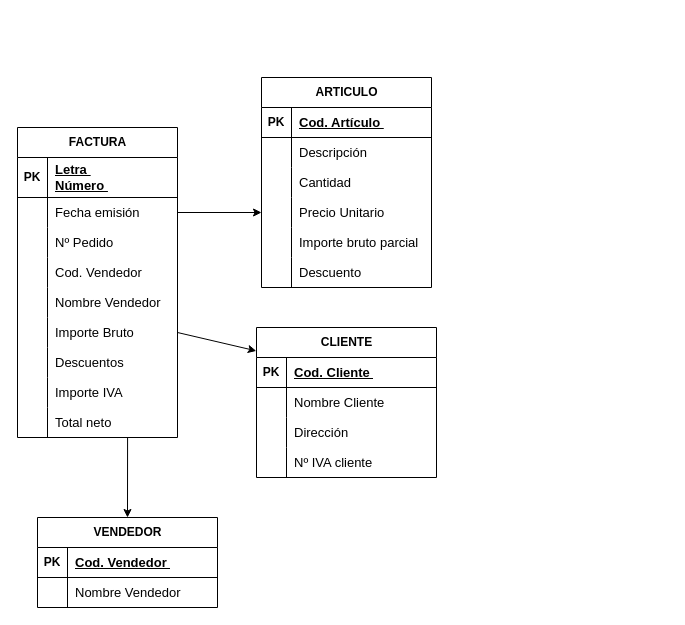
Earlier version of the draw.io diagram FACTURAS_2FN.drawio (YasminLedesma/Diagramas). Source tidied: cells renumbered, new cells numbered last; positions are measured from the earlier drawing's top-left corner, leaving out a move shared by most shapes. Both pictures are drawn from the tidied source at 100%, with x=0, y=0 at pixel (17, 77).
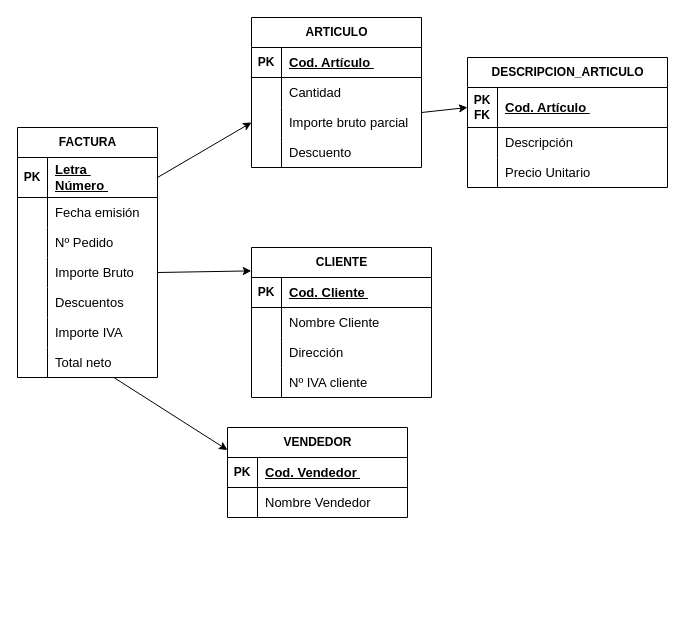
The same diagram, later.

Change to the diagram source:
```diff
@@
     <mxCell id="2" value="FACTURA" style="shape=table;startSize=30;childLayout=tableLayout;rowLines=0;fontStyle=1;align=center;html=1;" parent="1" vertex="1">
-      <mxGeometry y="50" width="160" height="310" as="geometry" />
+      <mxGeometry y="50" width="140" height="250" as="geometry" />
     </mxCell>
     <mxCell id="3" style="shape=tableRow;horizontal=0;startSize=0;swimlaneHead=0;swimlaneBody=0;fillColor=none;points=[[0,0.5],[1,0.5]];portConstraint=eastwest;top=0;left=0;right=0;bottom=1;" parent="2" vertex="1">
-      <mxGeometry y="30" width="160" height="40" as="geometry" />
+      <mxGeometry y="30" width="140" height="40" as="geometry" />
     </mxCell>
@@
     <mxCell id="5" value="&lt;div&gt;&lt;div style=&quot;font-size: 13px;&quot;&gt;&lt;u style=&quot;&quot;&gt;Letra&amp;nbsp;&lt;/u&gt;&lt;/div&gt;&lt;div style=&quot;font-size: 13px;&quot;&gt;&lt;u style=&quot;&quot;&gt;Número&amp;nbsp;&lt;/u&gt;&lt;/div&gt;&lt;/div&gt;" style="shape=partialRectangle;fillColor=none;top=0;left=0;bottom=0;right=0;align=left;spacingLeft=6;fontStyle=5;overflow=hidden;whiteSpace=wrap;html=1;" parent="3" vertex="1">
-      <mxGeometry x="30" width="130" height="40" as="geometry" />
+      <mxGeometry x="30" width="110" height="40" as="geometry" />
     </mxCell>
     <mxCell id="6" style="shape=tableRow;horizontal=0;startSize=0;swimlaneHead=0;swimlaneBody=0;fillColor=none;points=[[0,0.5],[1,0.5]];portConstraint=eastwest;top=0;left=0;right=0;bottom=0;" parent="2" vertex="1">
-      <mxGeometry y="70" width="160" height="30" as="geometry" />
+      <mxGeometry y="70" width="140" height="30" as="geometry" />
     </mxCell>
@@
     <mxCell id="8" value="&lt;font style=&quot;font-size: 13px;&quot;&gt;Fecha emisión&amp;nbsp;&lt;/font&gt;" style="shape=partialRectangle;fillColor=none;top=0;left=0;bottom=0;right=0;align=left;spacingLeft=6;overflow=hidden;whiteSpace=wrap;html=1;" parent="6" vertex="1">
-      <mxGeometry x="30" width="130" height="30" as="geometry" />
+      <mxGeometry x="30" width="110" height="30" as="geometry" />
     </mxCell>
     <mxCell id="9" style="shape=tableRow;horizontal=0;startSize=0;swimlaneHead=0;swimlaneBody=0;fillColor=none;top=0;left=0;right=0;bottom=0;" parent="2" vertex="1">
-      <mxGeometry y="100" width="160" height="30" as="geometry" />
+      <mxGeometry y="100" width="140" height="30" as="geometry" />
     </mxCell>
@@
     <mxCell id="11" value="&lt;span style=&quot;white-space-collapse: preserve;&quot; class=&quot;selectable-text copyable-text&quot;&gt;&lt;font style=&quot;font-size: 13px;&quot;&gt;Nº Pedido &lt;/font&gt;&lt;/span&gt;" style="shape=partialRectangle;fillColor=none;top=0;left=0;bottom=0;right=0;align=left;spacingLeft=6;overflow=hidden;whiteSpace=wrap;html=1;" parent="9" vertex="1">
-      <mxGeometry x="30" width="130" height="30" as="geometry" />
+      <mxGeometry x="30" width="110" height="30" as="geometry" />
     </mxCell>
-    <mxCell id="12" style="shape=tableRow;horizontal=0;startSize=0;swimlaneHead=0;swimlaneBody=0;fillColor=none;top=0;left=0;right=0;bottom=0;" parent="2" vertex="1">
-      <mxGeometry y="130" width="160" height="30" as="geometry" />
-    </mxCell>
-    <mxCell id="13" style="shape=partialRectangle;fillColor=none;top=0;left=0;bottom=0;right=0;overflow=hidden;whiteSpace=wrap;html=1;" parent="12" vertex="1">
-      <mxGeometry width="30" height="30" as="geometry" />
-    </mxCell>
-    <mxCell id="14" value="&lt;font style=&quot;font-size: 13px;&quot;&gt;Cod. Vendedor&amp;nbsp;&lt;/font&gt;" style="shape=partialRectangle;fillColor=none;top=0;left=0;bottom=0;right=0;align=left;spacingLeft=6;overflow=hidden;whiteSpace=wrap;html=1;" parent="12" vertex="1">
-      <mxGeometry x="30" width="130" height="30" as="geometry" />
-    </mxCell>
-    <mxCell id="15" style="shape=tableRow;horizontal=0;startSize=0;swimlaneHead=0;swimlaneBody=0;fillColor=none;top=0;left=0;right=0;bottom=0;" parent="2" vertex="1">
-      <mxGeometry y="160" width="160" height="30" as="geometry" />
-    </mxCell>
-    <mxCell id="16" style="shape=partialRectangle;fillColor=none;top=0;left=0;bottom=0;right=0;overflow=hidden;whiteSpace=wrap;html=1;" parent="15" vertex="1">
-      <mxGeometry width="30" height="30" as="geometry" />
-    </mxCell>
-    <mxCell id="17" value="&lt;font style=&quot;font-size: 13px;&quot;&gt;Nombre&amp;nbsp;&lt;/font&gt;&lt;span style=&quot;font-size: 13px;&quot;&gt;Vendedor&lt;/span&gt;" style="shape=partialRectangle;fillColor=none;top=0;left=0;bottom=0;right=0;align=left;spacingLeft=6;overflow=hidden;whiteSpace=wrap;html=1;" parent="15" vertex="1">
-      <mxGeometry x="30" width="130" height="30" as="geometry" />
-    </mxCell>
     <mxCell id="18" style="shape=tableRow;horizontal=0;startSize=0;swimlaneHead=0;swimlaneBody=0;fillColor=none;points=[[0,0.5],[1,0.5]];portConstraint=eastwest;top=0;left=0;right=0;bottom=0;" parent="2" vertex="1">
-      <mxGeometry y="190" width="160" height="30" as="geometry" />
+      <mxGeometry y="130" width="140" height="30" as="geometry" />
     </mxCell>
@@
     <mxCell id="20" value="&lt;font style=&quot;font-size: 13px;&quot;&gt;Importe Bruto&amp;nbsp;&lt;/font&gt;" style="shape=partialRectangle;fillColor=none;top=0;left=0;bottom=0;right=0;align=left;spacingLeft=6;overflow=hidden;whiteSpace=wrap;html=1;" parent="18" vertex="1">
-      <mxGeometry x="30" width="130" height="30" as="geometry" />
+      <mxGeometry x="30" width="110" height="30" as="geometry" />
     </mxCell>
     <mxCell id="21" style="shape=tableRow;horizontal=0;startSize=0;swimlaneHead=0;swimlaneBody=0;fillColor=none;top=0;left=0;right=0;bottom=0;" parent="2" vertex="1">
-      <mxGeometry y="220" width="160" height="30" as="geometry" />
+      <mxGeometry y="160" width="140" height="30" as="geometry" />
     </mxCell>
@@
     <mxCell id="23" value="&lt;font style=&quot;font-size: 13px;&quot;&gt;Descuentos&amp;nbsp;&lt;/font&gt;" style="shape=partialRectangle;fillColor=none;top=0;left=0;bottom=0;right=0;align=left;spacingLeft=6;overflow=hidden;whiteSpace=wrap;html=1;" parent="21" vertex="1">
-      <mxGeometry x="30" width="130" height="30" as="geometry" />
+      <mxGeometry x="30" width="110" height="30" as="geometry" />
     </mxCell>
     <mxCell id="24" style="shape=tableRow;horizontal=0;startSize=0;swimlaneHead=0;swimlaneBody=0;fillColor=none;top=0;left=0;right=0;bottom=0;" parent="2" vertex="1">
-      <mxGeometry y="250" width="160" height="30" as="geometry" />
+      <mxGeometry y="190" width="140" height="30" as="geometry" />
     </mxCell>
@@
     <mxCell id="26" value="&lt;font style=&quot;font-size: 13px;&quot;&gt;Importe IVA&amp;nbsp;&lt;/font&gt;" style="shape=partialRectangle;fillColor=none;top=0;left=0;bottom=0;right=0;align=left;spacingLeft=6;overflow=hidden;whiteSpace=wrap;html=1;" parent="24" vertex="1">
-      <mxGeometry x="30" width="130" height="30" as="geometry" />
+      <mxGeometry x="30" width="110" height="30" as="geometry" />
     </mxCell>
     <mxCell id="27" style="shape=tableRow;horizontal=0;startSize=0;swimlaneHead=0;swimlaneBody=0;fillColor=none;points=[[0,0.5],[1,0.5]];portConstraint=eastwest;top=0;left=0;right=0;bottom=0;" parent="2" vertex="1">
-      <mxGeometry y="280" width="160" height="30" as="geometry" />
+      <mxGeometry y="220" width="140" height="30" as="geometry" />
     </mxCell>
@@
     <mxCell id="29" value="&lt;font style=&quot;font-size: 13px;&quot;&gt;Total neto&amp;nbsp;&lt;/font&gt;" style="shape=partialRectangle;fillColor=none;top=0;left=0;bottom=0;right=0;align=left;spacingLeft=6;overflow=hidden;whiteSpace=wrap;html=1;" parent="27" vertex="1">
-      <mxGeometry x="30" width="130" height="30" as="geometry" />
+      <mxGeometry x="30" width="110" height="30" as="geometry" />
     </mxCell>
     <mxCell id="30" value="ARTICULO" style="shape=table;startSize=30;childLayout=tableLayout;rowLines=0;fontStyle=1;align=center;html=1;" parent="1" vertex="1">
-      <mxGeometry x="244" width="170" height="210" as="geometry" />
+      <mxGeometry x="234" y="-60" width="170" height="150" as="geometry" />
     </mxCell>
@@
-    <mxCell id="34" style="shape=tableRow;horizontal=0;startSize=0;swimlaneHead=0;swimlaneBody=0;fillColor=none;top=0;left=0;right=0;bottom=0;" parent="30" vertex="1">
-      <mxGeometry y="60" width="170" height="30" as="geometry" />
-    </mxCell>
-    <mxCell id="35" style="shape=partialRectangle;fillColor=none;top=0;left=0;bottom=0;right=0;overflow=hidden;whiteSpace=wrap;html=1;" parent="34" vertex="1">
-      <mxGeometry width="30" height="30" as="geometry" />
-    </mxCell>
-    <mxCell id="36" value="&lt;font style=&quot;font-size: 13px;&quot;&gt;Descripción&amp;nbsp;&lt;/font&gt;" style="shape=partialRectangle;fillColor=none;top=0;left=0;bottom=0;right=0;align=left;spacingLeft=6;overflow=hidden;whiteSpace=wrap;html=1;" parent="34" vertex="1">
-      <mxGeometry x="30" width="140" height="30" as="geometry" />
-    </mxCell>
     <mxCell id="37" style="shape=tableRow;horizontal=0;startSize=0;swimlaneHead=0;swimlaneBody=0;fillColor=none;top=0;left=0;right=0;bottom=0;" parent="30" vertex="1">
-      <mxGeometry y="90" width="170" height="30" as="geometry" />
+      <mxGeometry y="60" width="170" height="30" as="geometry" />
     </mxCell>
@@
-    <mxCell id="40" style="shape=tableRow;horizontal=0;startSize=0;swimlaneHead=0;swimlaneBody=0;fillColor=none;points=[[0,0.5],[1,0.5]];portConstraint=eastwest;top=0;left=0;right=0;bottom=0;" parent="30" vertex="1">
-      <mxGeometry y="120" width="170" height="30" as="geometry" />
-    </mxCell>
-    <mxCell id="41" style="shape=partialRectangle;fillColor=none;top=0;left=0;bottom=0;right=0;overflow=hidden;whiteSpace=wrap;html=1;" parent="40" vertex="1">
-      <mxGeometry width="30" height="30" as="geometry" />
-    </mxCell>
-    <mxCell id="42" value="&lt;font style=&quot;font-size: 13px;&quot;&gt;Precio&amp;nbsp;&lt;/font&gt;&lt;span style=&quot;font-size: 13px;&quot;&gt;Unitario&amp;nbsp;&lt;/span&gt;" style="shape=partialRectangle;fillColor=none;top=0;left=0;bottom=0;right=0;align=left;spacingLeft=6;overflow=hidden;whiteSpace=wrap;html=1;" parent="40" vertex="1">
-      <mxGeometry x="30" width="140" height="30" as="geometry" />
-    </mxCell>
     <mxCell id="43" style="shape=tableRow;horizontal=0;startSize=0;swimlaneHead=0;swimlaneBody=0;fillColor=none;top=0;left=0;right=0;bottom=0;" parent="30" vertex="1">
-      <mxGeometry y="150" width="170" height="30" as="geometry" />
+      <mxGeometry y="90" width="170" height="30" as="geometry" />
     </mxCell>
@@
     <mxCell id="46" style="shape=tableRow;horizontal=0;startSize=0;swimlaneHead=0;swimlaneBody=0;fillColor=none;top=0;left=0;right=0;bottom=0;" parent="30" vertex="1">
-      <mxGeometry y="180" width="170" height="30" as="geometry" />
+      <mxGeometry y="120" width="170" height="30" as="geometry" />
     </mxCell>
@@
-    <mxCell id="49" style="endArrow=classic;html=1;rounded=0;entryX=0;entryY=0.5;entryDx=0;entryDy=0;exitX=1;exitY=0.5;exitDx=0;exitDy=0;" parent="1" edge="1" source="6" target="40">
-      <mxGeometry relative="1" as="geometry" />
+    <mxCell id="49" style="endArrow=classic;html=1;rounded=0;entryX=0;entryY=0.5;entryDx=0;entryDy=0;exitX=1;exitY=0.5;exitDx=0;exitDy=0;" parent="1" edge="1" source="3">
+      <mxGeometry relative="1" as="geometry">
+        <mxPoint x="234" y="45" as="targetPoint" />
+      </mxGeometry>
     </mxCell>
     <mxCell id="50" value="CLIENTE" style="shape=table;startSize=30;childLayout=tableLayout;rowLines=0;fontStyle=1;align=center;html=1;" parent="1" vertex="1">
-      <mxGeometry x="239" y="250" width="180" height="150" as="geometry" />
+      <mxGeometry x="234" y="170" width="180" height="150" as="geometry" />
     </mxCell>
@@
     <mxCell id="63" value="VENDEDOR" style="shape=table;startSize=30;childLayout=tableLayout;rowLines=0;fontStyle=1;align=center;html=1;" parent="1" vertex="1">
-      <mxGeometry x="20" y="440" width="180" height="90" as="geometry" />
+      <mxGeometry x="210" y="350" width="180" height="90" as="geometry" />
     </mxCell>
@@
-    <mxCell id="70" style="endArrow=classic;html=1;rounded=0;exitX=1;exitY=0.5;exitDx=0;exitDy=0;entryX=-0.001;entryY=0.156;entryDx=0;entryDy=0;entryPerimeter=0;" parent="1" edge="1" target="50">
-      <mxGeometry relative="1" as="geometry">
-        <mxPoint x="160" y="255" as="sourcePoint" />
-      </mxGeometry>
+    <mxCell id="70" style="endArrow=classic;html=1;rounded=0;exitX=1;exitY=0.5;exitDx=0;exitDy=0;entryX=-0.001;entryY=0.156;entryDx=0;entryDy=0;entryPerimeter=0;" parent="1" edge="1" source="18" target="50">
+      <mxGeometry relative="1" as="geometry" />
     </mxCell>
-    <mxCell id="71" style="endArrow=classic;html=1;rounded=0;exitX=0.688;exitY=1;exitDx=0;exitDy=0;exitPerimeter=0;entryX=0.5;entryY=0;entryDx=0;entryDy=0;" parent="1" edge="1" source="27" target="63">
+    <mxCell id="71" style="endArrow=classic;html=1;rounded=0;exitX=0.688;exitY=1;exitDx=0;exitDy=0;exitPerimeter=0;entryX=0;entryY=0.25;entryDx=0;entryDy=0;" parent="1" edge="1" source="27" target="63">
       <mxGeometry relative="1" as="geometry" />
     </mxCell>
+    <mxCell id="72" value="DESCRIPCION_ARTICULO" style="shape=table;startSize=30;childLayout=tableLayout;rowLines=0;fontStyle=1;align=center;html=1;" parent="1" vertex="1">
+      <mxGeometry x="450" y="-20" width="200" height="130" as="geometry" />
+    </mxCell>
+    <mxCell id="73" style="shape=tableRow;horizontal=0;startSize=0;swimlaneHead=0;swimlaneBody=0;fillColor=none;points=[[0,0.5],[1,0.5]];portConstraint=eastwest;top=0;left=0;right=0;bottom=1;" parent="72" vertex="1">
+      <mxGeometry y="30" width="200" height="40" as="geometry" />
+    </mxCell>
+    <mxCell id="74" value="PK&lt;div&gt;FK&lt;/div&gt;" style="shape=partialRectangle;fillColor=none;top=0;left=0;bottom=0;right=0;fontStyle=1;overflow=hidden;whiteSpace=wrap;html=1;" parent="73" vertex="1">
+      <mxGeometry width="30" height="40" as="geometry" />
+    </mxCell>
+    <mxCell id="75" value="&lt;span style=&quot;font-size: 13px;&quot;&gt;Cod. Artículo&amp;nbsp;&lt;/span&gt;" style="shape=partialRectangle;fillColor=none;top=0;left=0;bottom=0;right=0;align=left;spacingLeft=6;fontStyle=5;overflow=hidden;whiteSpace=wrap;html=1;" parent="73" vertex="1">
+      <mxGeometry x="30" width="170" height="40" as="geometry" />
+    </mxCell>
+    <mxCell id="76" style="shape=tableRow;horizontal=0;startSize=0;swimlaneHead=0;swimlaneBody=0;fillColor=none;top=0;left=0;right=0;bottom=0;" parent="72" vertex="1">
+      <mxGeometry y="70" width="200" height="30" as="geometry" />
+    </mxCell>
+    <mxCell id="77" style="shape=partialRectangle;fillColor=none;top=0;left=0;bottom=0;right=0;overflow=hidden;whiteSpace=wrap;html=1;" parent="76" vertex="1">
+      <mxGeometry width="30" height="30" as="geometry" />
+    </mxCell>
+    <mxCell id="36" value="&lt;span style=&quot;font-size: 13px;&quot;&gt;Descripción&amp;nbsp;&lt;/span&gt;" style="shape=partialRectangle;fillColor=none;top=0;left=0;bottom=0;right=0;align=left;spacingLeft=6;overflow=hidden;whiteSpace=wrap;html=1;" parent="76" vertex="1">
+      <mxGeometry x="30" width="170" height="30" as="geometry" />
+    </mxCell>
+    <mxCell id="78" style="shape=tableRow;horizontal=0;startSize=0;swimlaneHead=0;swimlaneBody=0;fillColor=none;top=0;left=0;right=0;bottom=0;" parent="72" vertex="1">
+      <mxGeometry y="100" width="200" height="30" as="geometry" />
+    </mxCell>
+    <mxCell id="79" style="shape=partialRectangle;fillColor=none;top=0;left=0;bottom=0;right=0;overflow=hidden;whiteSpace=wrap;html=1;" parent="78" vertex="1">
+      <mxGeometry width="30" height="30" as="geometry" />
+    </mxCell>
+    <mxCell id="42" value="&lt;font style=&quot;font-size: 13px;&quot;&gt;Precio&amp;nbsp;&lt;/font&gt;&lt;span style=&quot;font-size: 13px;&quot;&gt;Unitario&amp;nbsp;&lt;/span&gt;" style="shape=partialRectangle;fillColor=none;top=0;left=0;bottom=0;right=0;align=left;spacingLeft=6;overflow=hidden;whiteSpace=wrap;html=1;" parent="78" vertex="1">
+      <mxGeometry x="30" width="170" height="30" as="geometry" />
+    </mxCell>
+    <mxCell id="80" style="endArrow=classic;html=1;rounded=0;entryX=0;entryY=0.5;entryDx=0;entryDy=0;exitX=1;exitY=0.5;exitDx=0;exitDy=0;" parent="1" edge="1" target="73">
+      <mxGeometry relative="1" as="geometry">
+        <mxPoint x="404" y="35" as="sourcePoint" />
+      </mxGeometry>
+    </mxCell>
```
